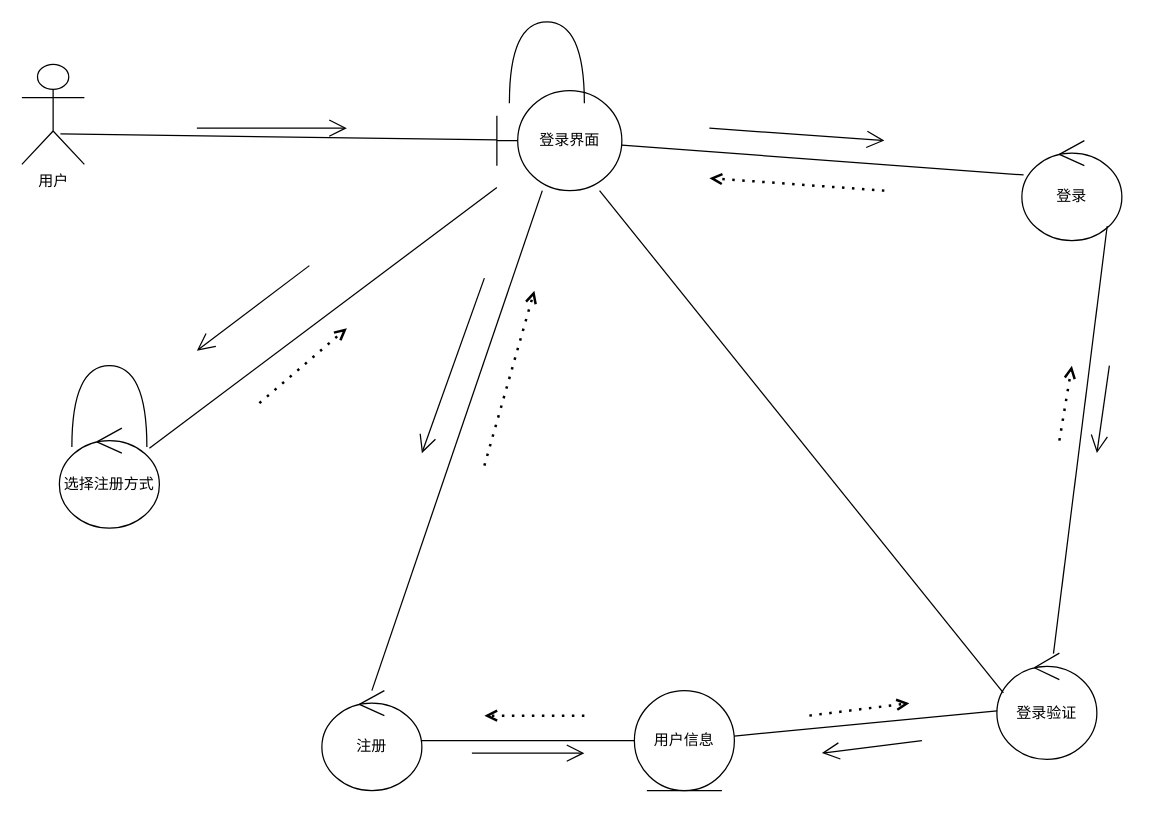
Before: page "修改个人资料" (7 of 8) of 协作图.drawio in WuShangMo/SquidGame1, a draw.io diagram. Source tidied: cells renumbered, new cells numbered last; positions are measured from the earlier drawing's top-left corner, leaving out a move shared by most shapes. Both pictures are drawn from the tidied source at 125%, with x=0, y=0 at pixel (21, 21).
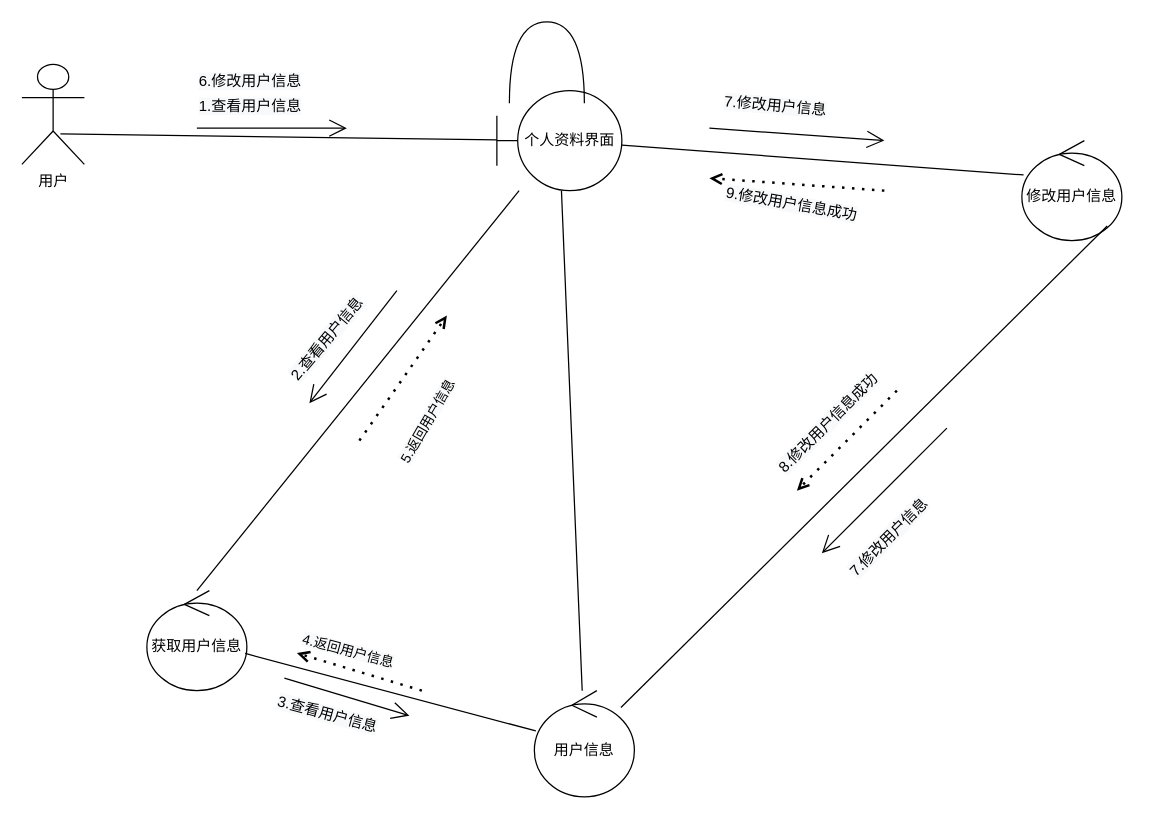
After the change.

Diff of the diagram source:
```diff
@@
-    <mxCell id="3" value="&lt;span style=&quot;&quot;&gt;登录界面&lt;/span&gt;" style="shape=umlBoundary;whiteSpace=wrap;html=1;" parent="1" vertex="1">
+    <mxCell id="3" value="&lt;span style=&quot;&quot;&gt;个人资料界面&lt;/span&gt;" style="shape=umlBoundary;whiteSpace=wrap;html=1;" parent="1" vertex="1">
       <mxGeometry x="380" y="55" width="100" height="80" as="geometry" />
     </mxCell>
-    <mxCell id="4" value="&lt;span style=&quot;&quot;&gt;注册&lt;/span&gt;" style="ellipse;shape=umlControl;whiteSpace=wrap;html=1;" parent="1" vertex="1">
-      <mxGeometry x="240" y="535" width="80" height="80" as="geometry" />
+    <mxCell id="4" value="&lt;span style=&quot;&quot;&gt;获取用户信息&lt;/span&gt;" style="ellipse;shape=umlControl;whiteSpace=wrap;html=1;" parent="1" vertex="1">
+      <mxGeometry x="100" y="455" width="80" height="80" as="geometry" />
     </mxCell>
-    <mxCell id="5" value="&lt;span style=&quot;&quot;&gt;用户信息&lt;/span&gt;" style="ellipse;shape=umlEntity;whiteSpace=wrap;html=1;" parent="1" vertex="1">
-      <mxGeometry x="490" y="535" width="80" height="80" as="geometry" />
-    </mxCell>
-    <mxCell id="6" value="&lt;span style=&quot;&quot;&gt;登录验证&lt;/span&gt;" style="ellipse;shape=umlControl;whiteSpace=wrap;html=1;" parent="1" vertex="1">
-      <mxGeometry x="780" y="505" width="80" height="85" as="geometry" />
+    <mxCell id="6" value="&lt;span style=&quot;&quot;&gt;用户信息&lt;/span&gt;" style="ellipse;shape=umlControl;whiteSpace=wrap;html=1;" parent="1" vertex="1">
+      <mxGeometry x="410" y="535" width="80" height="85" as="geometry" />
     </mxCell>
-    <mxCell id="7" value="&lt;span style=&quot;&quot;&gt;登录&lt;/span&gt;" style="ellipse;shape=umlControl;whiteSpace=wrap;html=1;" parent="1" vertex="1">
+    <mxCell id="7" value="&lt;span style=&quot;&quot;&gt;修改用户信息&lt;/span&gt;" style="ellipse;shape=umlControl;whiteSpace=wrap;html=1;" parent="1" vertex="1">
       <mxGeometry x="800" y="95" width="80" height="80" as="geometry" />
     </mxCell>
-    <mxCell id="8" value="&lt;span style=&quot;&quot;&gt;选择注册方式&lt;/span&gt;" style="ellipse;shape=umlControl;whiteSpace=wrap;html=1;" parent="1" vertex="1">
-      <mxGeometry x="30" y="325" width="80" height="80" as="geometry" />
-    </mxCell>
@@
-    <mxCell id="10" style="endArrow=none;html=1;rounded=0;" parent="1" edge="1" source="8" target="3">
-      <mxGeometry relative="1" as="geometry" />
-    </mxCell>
@@
-    <mxCell id="12" style="endArrow=none;html=1;rounded=0;exitX=0.065;exitY=0.375;exitDx=0;exitDy=0;exitPerimeter=0;" parent="1" edge="1" source="6" target="3">
+    <mxCell id="12" style="endArrow=none;html=1;rounded=0;" parent="1" edge="1" source="6" target="3">
       <mxGeometry relative="1" as="geometry" />
     </mxCell>
@@
-    <mxCell id="16" style="endArrow=open;endFill=1;endSize=12;html=1;rounded=0;" parent="1" edge="1">
-      <mxGeometry relative="1" as="geometry">
-        <mxPoint x="230" y="195" as="sourcePoint" />
-        <mxPoint x="140" y="263" as="targetPoint" />
-      </mxGeometry>
-    </mxCell>
-    <mxCell id="17" style="endArrow=none;html=1;rounded=0;" parent="1" edge="1" source="4" target="5">
-      <mxGeometry relative="1" as="geometry" />
-    </mxCell>
-    <mxCell id="18" style="endArrow=none;html=1;rounded=0;" parent="1" edge="1" source="5" target="6">
-      <mxGeometry relative="1" as="geometry" />
-    </mxCell>
@@
-    <mxCell id="20" style="endArrow=open;dashed=1;html=1;dashPattern=1 3;strokeWidth=2;rounded=0;endFill=0;" parent="1" edge="1">
-      <mxGeometry relative="1" as="geometry">
-        <mxPoint x="190" y="305" as="sourcePoint" />
-        <mxPoint x="260" y="245" as="targetPoint" />
-      </mxGeometry>
-    </mxCell>
@@
-    <mxCell id="23" style="shape=requiredInterface;html=1;verticalLabelPosition=bottom;sketch=0;direction=north;" parent="1" vertex="1">
-      <mxGeometry x="40" y="275" width="60" height="65" as="geometry" />
-    </mxCell>
     <mxCell id="24" style="endArrow=open;endFill=1;endSize=12;html=1;rounded=0;" parent="1" edge="1">
       <mxGeometry relative="1" as="geometry">
-        <mxPoint x="370" y="205" as="sourcePoint" />
-        <mxPoint x="320" y="345" as="targetPoint" />
+        <mxPoint x="300" y="215" as="sourcePoint" />
+        <mxPoint x="230" y="305" as="targetPoint" />
       </mxGeometry>
     </mxCell>
-    <mxCell id="25" style="endArrow=open;endFill=1;endSize=12;html=1;rounded=0;" parent="1" edge="1">
-      <mxGeometry relative="1" as="geometry">
-        <mxPoint x="870" y="275" as="sourcePoint" />
-        <mxPoint x="860" y="345" as="targetPoint" />
-      </mxGeometry>
-    </mxCell>
-    <mxCell id="26" style="endArrow=open;endFill=1;endSize=12;html=1;rounded=0;" parent="1" edge="1">
-      <mxGeometry relative="1" as="geometry">
-        <mxPoint x="720" y="575" as="sourcePoint" />
-        <mxPoint x="640" y="585" as="targetPoint" />
-      </mxGeometry>
-    </mxCell>
-    <mxCell id="27" style="endArrow=open;endFill=1;endSize=12;html=1;rounded=0;" parent="1" edge="1">
-      <mxGeometry relative="1" as="geometry">
-        <mxPoint x="360" y="585" as="sourcePoint" />
-        <mxPoint x="450" y="585" as="targetPoint" />
-      </mxGeometry>
-    </mxCell>
-    <mxCell id="28" style="endArrow=open;dashed=1;html=1;dashPattern=1 3;strokeWidth=2;rounded=0;endFill=0;" parent="1" edge="1">
-      <mxGeometry relative="1" as="geometry">
-        <mxPoint x="450" y="555" as="sourcePoint" />
-        <mxPoint x="370" y="555" as="targetPoint" />
-      </mxGeometry>
-    </mxCell>
     <mxCell id="29" style="endArrow=open;dashed=1;html=1;dashPattern=1 3;strokeWidth=2;rounded=0;endFill=0;" parent="1" edge="1">
       <mxGeometry relative="1" as="geometry">
-        <mxPoint x="370" y="355" as="sourcePoint" />
-        <mxPoint x="410" y="215" as="targetPoint" />
+        <mxPoint x="270" y="335" as="sourcePoint" />
+        <mxPoint x="340" y="235" as="targetPoint" />
       </mxGeometry>
     </mxCell>
-    <mxCell id="30" style="endArrow=open;dashed=1;html=1;dashPattern=1 3;strokeWidth=2;rounded=0;endFill=0;" parent="1" edge="1">
-      <mxGeometry relative="1" as="geometry">
-        <mxPoint x="630" y="555" as="sourcePoint" />
-        <mxPoint x="710" y="545" as="targetPoint" />
-      </mxGeometry>
-    </mxCell>
-    <mxCell id="31" style="endArrow=open;dashed=1;html=1;dashPattern=1 3;strokeWidth=2;rounded=0;endFill=0;" parent="1" edge="1">
-      <mxGeometry relative="1" as="geometry">
-        <mxPoint x="830" y="335" as="sourcePoint" />
-        <mxPoint x="840" y="275" as="targetPoint" />
-      </mxGeometry>
-    </mxCell>
+    <mxCell id="32" style="endArrow=none;html=1;rounded=0;" parent="1" edge="1" source="4" target="6">
+      <mxGeometry relative="1" as="geometry" />
+    </mxCell>
+    <mxCell id="33" style="endArrow=open;endFill=1;endSize=12;html=1;rounded=0;" parent="1" edge="1">
+      <mxGeometry relative="1" as="geometry">
+        <mxPoint x="740" y="325" as="sourcePoint" />
+        <mxPoint x="640" y="425" as="targetPoint" />
+      </mxGeometry>
+    </mxCell>
+    <mxCell id="34" style="endArrow=open;dashed=1;html=1;dashPattern=1 3;strokeWidth=2;rounded=0;endFill=0;" parent="1" edge="1">
+      <mxGeometry relative="1" as="geometry">
+        <mxPoint x="700" y="295" as="sourcePoint" />
+        <mxPoint x="620" y="375" as="targetPoint" />
+      </mxGeometry>
+    </mxCell>
+    <mxCell id="35" style="endArrow=open;endFill=1;endSize=12;html=1;rounded=0;" parent="1" edge="1">
+      <mxGeometry relative="1" as="geometry">
+        <mxPoint x="210" y="525" as="sourcePoint" />
+        <mxPoint x="310" y="555" as="targetPoint" />
+      </mxGeometry>
+    </mxCell>
+    <mxCell id="36" style="endArrow=open;dashed=1;html=1;dashPattern=1 3;strokeWidth=2;rounded=0;endFill=0;" parent="1" edge="1">
+      <mxGeometry relative="1" as="geometry">
+        <mxPoint x="320" y="535" as="sourcePoint" />
+        <mxPoint x="220" y="505" as="targetPoint" />
+      </mxGeometry>
+    </mxCell>
+    <mxCell id="37" value="&lt;span style=&quot;color: rgb(0, 0, 0); font-family: Helvetica; font-size: 12px; font-style: normal; font-variant-ligatures: normal; font-variant-caps: normal; font-weight: 400; letter-spacing: normal; orphans: 2; text-align: center; text-indent: 0px; text-transform: none; widows: 2; word-spacing: 0px; -webkit-text-stroke-width: 0px; background-color: rgb(248, 249, 250); text-decoration-thickness: initial; text-decoration-style: initial; text-decoration-color: initial; float: none; display: inline !important;&quot;&gt;1.查看用户信息&lt;/span&gt;" style="text;whiteSpace=wrap;html=1;" parent="1" vertex="1">
+      <mxGeometry x="140" y="54" width="120" height="40" as="geometry" />
+    </mxCell>
+    <mxCell id="38" value="&lt;span style=&quot;color: rgb(0, 0, 0); font-family: Helvetica; font-size: 12px; font-style: normal; font-variant-ligatures: normal; font-variant-caps: normal; font-weight: 400; letter-spacing: normal; orphans: 2; text-align: center; text-indent: 0px; text-transform: none; widows: 2; word-spacing: 0px; -webkit-text-stroke-width: 0px; background-color: rgb(248, 249, 250); text-decoration-thickness: initial; text-decoration-style: initial; text-decoration-color: initial; float: none; display: inline !important;&quot;&gt;6.修改用户信息&lt;/span&gt;" style="text;whiteSpace=wrap;html=1;" parent="1" vertex="1">
+      <mxGeometry x="140" y="34" width="120" height="40" as="geometry" />
+    </mxCell>
+    <mxCell id="39" value="&lt;span style=&quot;color: rgb(0, 0, 0); font-family: Helvetica; font-size: 12px; font-style: normal; font-variant-ligatures: normal; font-variant-caps: normal; font-weight: 400; letter-spacing: normal; orphans: 2; text-align: center; text-indent: 0px; text-transform: none; widows: 2; word-spacing: 0px; -webkit-text-stroke-width: 0px; background-color: rgb(248, 249, 250); text-decoration-thickness: initial; text-decoration-style: initial; text-decoration-color: initial; float: none; display: inline !important;&quot;&gt;2.查看用户信息&lt;/span&gt;" style="text;whiteSpace=wrap;html=1;rotation=-50;" parent="1" vertex="1">
+      <mxGeometry x="200" y="225" width="120" height="40" as="geometry" />
+    </mxCell>
+    <mxCell id="40" value="&lt;span style=&quot;color: rgb(0, 0, 0); font-family: Helvetica; font-size: 11px; font-style: normal; font-variant-ligatures: normal; font-variant-caps: normal; font-weight: 400; letter-spacing: normal; orphans: 2; text-align: center; text-indent: 0px; text-transform: none; widows: 2; word-spacing: 0px; -webkit-text-stroke-width: 0px; background-color: rgb(248, 249, 250); text-decoration-thickness: initial; text-decoration-style: initial; text-decoration-color: initial; float: none; display: inline !important;&quot;&gt;5.返回用户信息&lt;/span&gt;" style="text;whiteSpace=wrap;html=1;rotation=-60;" parent="1" vertex="1">
+      <mxGeometry x="280" y="285" width="120" height="40" as="geometry" />
+    </mxCell>
+    <mxCell id="41" value="&lt;span style=&quot;color: rgb(0, 0, 0); font-family: Helvetica; font-size: 12px; font-style: normal; font-variant-ligatures: normal; font-variant-caps: normal; font-weight: 400; letter-spacing: normal; orphans: 2; text-align: center; text-indent: 0px; text-transform: none; widows: 2; word-spacing: 0px; -webkit-text-stroke-width: 0px; background-color: rgb(248, 249, 250); text-decoration-thickness: initial; text-decoration-style: initial; text-decoration-color: initial; float: none; display: inline !important;&quot;&gt;3.查看用户信息&lt;/span&gt;" style="text;whiteSpace=wrap;html=1;rotation=15;" parent="1" vertex="1">
+      <mxGeometry x="200" y="545" width="120" height="40" as="geometry" />
+    </mxCell>
+    <mxCell id="42" value="&lt;span style=&quot;color: rgb(0, 0, 0); font-family: Helvetica; font-size: 11px; font-style: normal; font-variant-ligatures: normal; font-variant-caps: normal; font-weight: 400; letter-spacing: normal; orphans: 2; text-align: center; text-indent: 0px; text-transform: none; widows: 2; word-spacing: 0px; -webkit-text-stroke-width: 0px; background-color: rgb(248, 249, 250); text-decoration-thickness: initial; text-decoration-style: initial; text-decoration-color: initial; float: none; display: inline !important;&quot;&gt;4.返回用户信息&lt;/span&gt;" style="text;whiteSpace=wrap;html=1;rotation=15;" parent="1" vertex="1">
+      <mxGeometry x="220" y="495" width="120" height="40" as="geometry" />
+    </mxCell>
+    <mxCell id="43" value="&lt;span style=&quot;color: rgb(0, 0, 0); font-family: Helvetica; font-size: 12px; font-style: normal; font-variant-ligatures: normal; font-variant-caps: normal; font-weight: 400; letter-spacing: normal; orphans: 2; text-align: center; text-indent: 0px; text-transform: none; widows: 2; word-spacing: 0px; -webkit-text-stroke-width: 0px; background-color: rgb(248, 249, 250); text-decoration-thickness: initial; text-decoration-style: initial; text-decoration-color: initial; float: none; display: inline !important;&quot;&gt;7.修改用户信息&lt;/span&gt;" style="text;whiteSpace=wrap;html=1;rotation=5;" parent="1" vertex="1">
+      <mxGeometry x="560" y="55" width="120" height="40" as="geometry" />
+    </mxCell>
+    <mxCell id="44" value="&lt;span style=&quot;color: rgb(0, 0, 0); font-family: Helvetica; font-size: 12px; font-style: normal; font-variant-ligatures: normal; font-variant-caps: normal; font-weight: 400; letter-spacing: normal; orphans: 2; text-align: center; text-indent: 0px; text-transform: none; widows: 2; word-spacing: 0px; -webkit-text-stroke-width: 0px; background-color: rgb(248, 249, 250); text-decoration-thickness: initial; text-decoration-style: initial; text-decoration-color: initial; float: none; display: inline !important;&quot;&gt;9.修改用户信息成功&lt;/span&gt;" style="text;whiteSpace=wrap;html=1;rotation=10;" parent="1" vertex="1">
+      <mxGeometry x="560" y="135" width="140" height="40" as="geometry" />
+    </mxCell>
+    <mxCell id="45" value="&lt;span style=&quot;color: rgb(0, 0, 0); font-family: Helvetica; font-size: 12px; font-style: normal; font-variant-ligatures: normal; font-variant-caps: normal; font-weight: 400; letter-spacing: normal; orphans: 2; text-align: center; text-indent: 0px; text-transform: none; widows: 2; word-spacing: 0px; -webkit-text-stroke-width: 0px; background-color: rgb(248, 249, 250); text-decoration-thickness: initial; text-decoration-style: initial; text-decoration-color: initial; float: none; display: inline !important;&quot;&gt;7.修改用户信息&lt;/span&gt;" style="text;whiteSpace=wrap;html=1;rotation=-45;" parent="1" vertex="1">
+      <mxGeometry x="650" y="385" width="120" height="40" as="geometry" />
+    </mxCell>
+    <mxCell id="46" value="&lt;span style=&quot;color: rgb(0, 0, 0); font-family: Helvetica; font-size: 12px; font-style: normal; font-variant-ligatures: normal; font-variant-caps: normal; font-weight: 400; letter-spacing: normal; orphans: 2; text-align: center; text-indent: 0px; text-transform: none; widows: 2; word-spacing: 0px; -webkit-text-stroke-width: 0px; background-color: rgb(248, 249, 250); text-decoration-thickness: initial; text-decoration-style: initial; text-decoration-color: initial; float: none; display: inline !important;&quot;&gt;8.修改用户信息成功&lt;/span&gt;" style="text;whiteSpace=wrap;html=1;rotation=-45;" parent="1" vertex="1">
+      <mxGeometry x="590" y="295" width="140" height="40" as="geometry" />
+    </mxCell>
```
